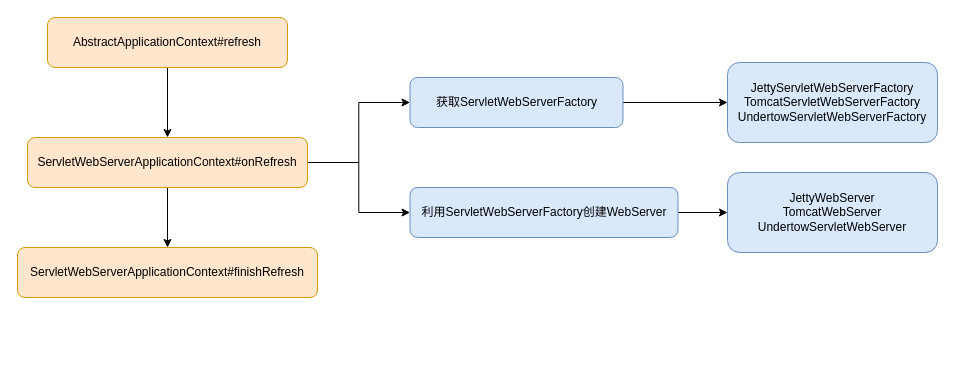
The draw.io diagram spring/webServer创建过程.drawio in erlieStar/diagrams, before the edit. Source tidied: cells renumbered, new cells numbered last; positions are measured from the earlier drawing's top-left corner, leaving out a move shared by most shapes. Both pictures are drawn from the tidied source at 100%, with x=0, y=0 at pixel (17, 17).
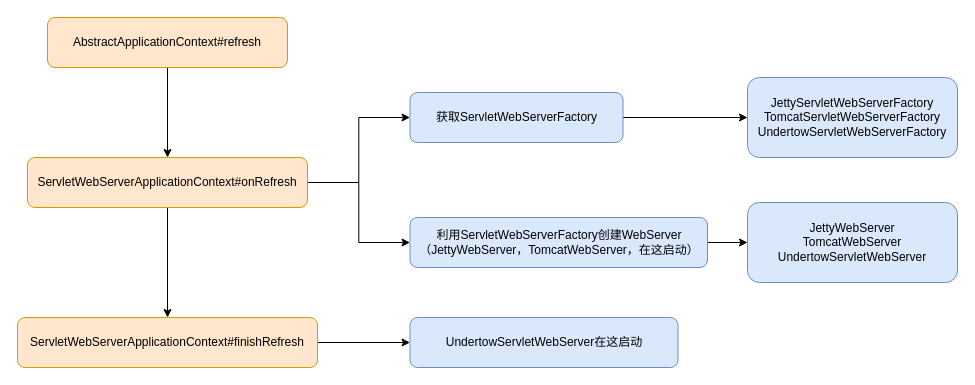
After the change.

Diff of the diagram source:
```diff
@@
 <mxGraphModel>
   <root>
     <mxCell id="0" />
     <mxCell id="1" parent="0" />
     <mxCell id="2" style="edgeStyle=orthogonalEdgeStyle;rounded=0;jettySize=auto;html=1;" parent="1" edge="1" source="3" target="7">
       <mxGeometry relative="1" as="geometry" />
     </mxCell>
     <mxCell id="3" value="AbstractApplicationContext#refresh" style="rounded=1;whiteSpace=wrap;html=1;fillColor=#ffe6cc;strokeColor=#d79b00;" parent="1" vertex="1">
       <mxGeometry x="30" width="240" height="50" as="geometry" />
     </mxCell>
     <mxCell id="4" style="edgeStyle=orthogonalEdgeStyle;rounded=0;jettySize=auto;html=1;" parent="1" edge="1" source="7" target="14">
       <mxGeometry relative="1" as="geometry" />
     </mxCell>
     <mxCell id="5" style="edgeStyle=orthogonalEdgeStyle;rounded=0;jettySize=auto;html=1;exitX=1;exitY=0.5;exitDx=0;exitDy=0;entryX=0;entryY=0.5;entryDx=0;entryDy=0;" parent="1" edge="1" source="7" target="9">
       <mxGeometry relative="1" as="geometry" />
     </mxCell>
     <mxCell id="6" style="edgeStyle=orthogonalEdgeStyle;rounded=0;jettySize=auto;html=1;exitX=1;exitY=0.5;exitDx=0;exitDy=0;entryX=0;entryY=0.5;entryDx=0;entryDy=0;" parent="1" edge="1" source="7" target="11">
       <mxGeometry relative="1" as="geometry" />
     </mxCell>
     <mxCell id="7" value="ServletWebServerApplicationContext#onRefresh" style="rounded=1;whiteSpace=wrap;html=1;fillColor=#ffe6cc;strokeColor=#d79b00;" parent="1" vertex="1">
-      <mxGeometry x="10" y="120" width="280" height="50" as="geometry" />
+      <mxGeometry x="10" y="140" width="280" height="50" as="geometry" />
     </mxCell>
     <mxCell id="8" style="edgeStyle=orthogonalEdgeStyle;rounded=0;jettySize=auto;html=1;exitX=1;exitY=0.5;exitDx=0;exitDy=0;entryX=0;entryY=0.5;entryDx=0;entryDy=0;" parent="1" edge="1" source="9" target="12">
       <mxGeometry relative="1" as="geometry" />
     </mxCell>
     <mxCell id="9" value="获取ServletWebServerFactory" style="rounded=1;whiteSpace=wrap;html=1;fillColor=#dae8fc;strokeColor=#6c8ebf;" parent="1" vertex="1">
-      <mxGeometry x="392.5" y="60" width="213" height="50" as="geometry" />
+      <mxGeometry x="392.5" y="75" width="213" height="50" as="geometry" />
     </mxCell>
     <mxCell id="10" style="edgeStyle=orthogonalEdgeStyle;rounded=0;jettySize=auto;html=1;exitX=1;exitY=0.5;exitDx=0;exitDy=0;entryX=0;entryY=0.5;entryDx=0;entryDy=0;" parent="1" edge="1" source="11" target="13">
       <mxGeometry relative="1" as="geometry" />
     </mxCell>
-    <mxCell id="11" value="利用ServletWebServerFactory创建WebServer" style="rounded=1;whiteSpace=wrap;html=1;fillColor=#dae8fc;strokeColor=#6c8ebf;" parent="1" vertex="1">
-      <mxGeometry x="392.5" y="170" width="268" height="50" as="geometry" />
+    <mxCell id="11" value="利用ServletWebServerFactory创建WebServer&lt;br&gt;（JettyWebServer，TomcatWebServer，在这启动）" style="rounded=1;whiteSpace=wrap;html=1;fillColor=#dae8fc;strokeColor=#6c8ebf;" parent="1" vertex="1">
+      <mxGeometry x="392.5" y="200" width="297.5" height="50" as="geometry" />
     </mxCell>
     <mxCell id="12" value="&lt;div&gt;JettyServletWebServerFactory&lt;/div&gt;&lt;div&gt;TomcatServletWebServerFactory&lt;/div&gt;&lt;div&gt;UndertowServletWebServerFactory&lt;/div&gt;" style="rounded=1;whiteSpace=wrap;html=1;fillColor=#dae8fc;strokeColor=#6c8ebf;" parent="1" vertex="1">
-      <mxGeometry x="710" y="45" width="210" height="80" as="geometry" />
+      <mxGeometry x="730" y="60" width="210" height="80" as="geometry" />
     </mxCell>
     <mxCell id="13" value="&lt;div&gt;JettyWebServer&lt;/div&gt;&lt;div&gt;TomcatWebServer&lt;/div&gt;&lt;div&gt;UndertowServletWebServer&lt;/div&gt;" style="rounded=1;whiteSpace=wrap;html=1;fillColor=#dae8fc;strokeColor=#6c8ebf;" parent="1" vertex="1">
-      <mxGeometry x="710" y="155" width="210" height="80" as="geometry" />
+      <mxGeometry x="730" y="185" width="210" height="80" as="geometry" />
     </mxCell>
+    <mxCell id="15" style="edgeStyle=orthogonalEdgeStyle;rounded=0;jettySize=auto;html=1;exitX=1;exitY=0.5;exitDx=0;exitDy=0;entryX=0;entryY=0.5;entryDx=0;entryDy=0;" parent="1" edge="1" source="14" target="16">
+      <mxGeometry relative="1" as="geometry" />
+    </mxCell>
     <mxCell id="14" value="ServletWebServerApplicationContext#finishRefresh" style="rounded=1;whiteSpace=wrap;html=1;fillColor=#ffe6cc;strokeColor=#d79b00;" parent="1" vertex="1">
-      <mxGeometry y="230" width="300" height="50" as="geometry" />
+      <mxGeometry y="300" width="300" height="50" as="geometry" />
     </mxCell>
+    <mxCell id="16" value="UndertowServletWebServer在这启动" style="rounded=1;whiteSpace=wrap;html=1;fillColor=#dae8fc;strokeColor=#6c8ebf;" parent="1" vertex="1">
+      <mxGeometry x="392.5" y="300" width="268" height="50" as="geometry" />
+    </mxCell>
   </root>
 </mxGraphModel>
```
